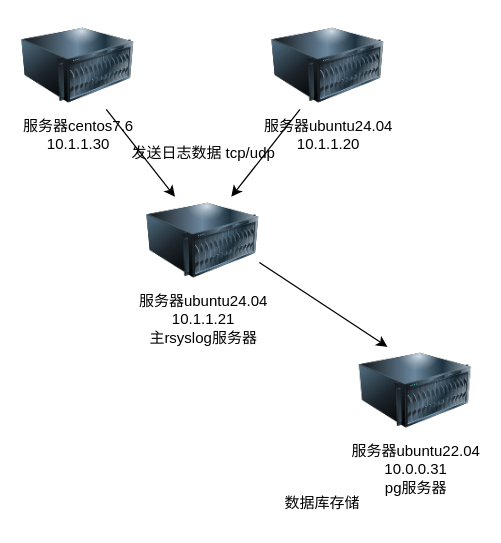
This is 流程图/rsyslog多端保存.drawio from xiecheesejohn/drawio, a draw.io file, before an edit. Source tidied: cells renumbered, new cells numbered last; positions are measured from the earlier drawing's top-left corner, leaving out a move shared by most shapes. Both pictures are drawn from the tidied source at 125%, with x=0, y=0 at pixel (21, 21).
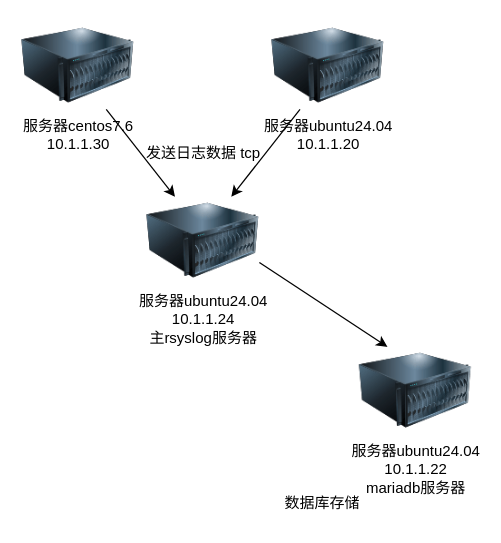
After the change.

Commit message:
更新rsyslog多端保存.drawio

The edit, as a diff of the source:
```diff
@@
 <mxGraphModel>
   <root>
     <mxCell id="0" />
     <mxCell id="1" parent="0" />
     <mxCell id="2" value="服务器ubuntu24.04&lt;br&gt;10.1.1.20" style="image;html=1;image=img/lib/clip_art/computers/Server_128x128.png;" parent="1" vertex="1">
       <mxGeometry x="200" width="90" height="70" as="geometry" />
     </mxCell>
     <mxCell id="3" value="服务器centos7.6&lt;br&gt;10.1.1.30" style="image;html=1;image=img/lib/clip_art/computers/Server_128x128.png;" parent="1" vertex="1">
       <mxGeometry width="90" height="70" as="geometry" />
     </mxCell>
-    <mxCell id="4" value="服务器ubuntu24.04&lt;br&gt;10.1.1.21&lt;div&gt;主rsyslog服务器&lt;/div&gt;" style="image;html=1;image=img/lib/clip_art/computers/Server_128x128.png;" parent="1" vertex="1">
+    <mxCell id="4" value="服务器ubuntu24.04&lt;br&gt;10.1.1.24&lt;div&gt;主rsyslog服务器&lt;/div&gt;" style="image;html=1;image=img/lib/clip_art/computers/Server_128x128.png;" parent="1" vertex="1">
       <mxGeometry x="100" y="140" width="90" height="70" as="geometry" />
     </mxCell>
-    <mxCell id="5" value="服务器ubuntu22.04&lt;br&gt;10.0.0.31&lt;div&gt;pg服务器&lt;/div&gt;" style="image;html=1;image=img/lib/clip_art/computers/Server_128x128.png;" parent="1" vertex="1">
+    <mxCell id="5" value="服务器ubuntu24.04&lt;br&gt;10.1.1.22&lt;div&gt;mariadb服务器&lt;/div&gt;" style="image;html=1;image=img/lib/clip_art/computers/Server_128x128.png;" parent="1" vertex="1">
       <mxGeometry x="270" y="260" width="90" height="70" as="geometry" />
     </mxCell>
     <mxCell id="6" style="endArrow=classic;html=1;rounded=0;entryX=0.25;entryY=0;entryDx=0;entryDy=0;exitX=0.75;exitY=1;exitDx=0;exitDy=0;" parent="1" edge="1" source="3" target="4">
       <mxGeometry relative="1" as="geometry" />
     </mxCell>
     <mxCell id="7" style="endArrow=classic;html=1;rounded=0;entryX=0.75;entryY=0;entryDx=0;entryDy=0;exitX=0.25;exitY=1;exitDx=0;exitDy=0;" parent="1" edge="1" source="2" target="4">
       <mxGeometry relative="1" as="geometry" />
     </mxCell>
-    <mxCell id="8" value="发送日志数据 tcp/udp" style="text;html=1;align=center;verticalAlign=middle;strokeColor=none;fillColor=none;" parent="1" vertex="1">
-      <mxGeometry x="75" y="90" width="140" height="30" as="geometry" />
+    <mxCell id="8" value="发送日志数据 tcp" style="text;html=1;align=center;verticalAlign=middle;strokeColor=none;fillColor=none;" parent="1" vertex="1">
+      <mxGeometry x="90" y="90" width="110" height="30" as="geometry" />
     </mxCell>
     <mxCell id="9" style="endArrow=classic;html=1;rounded=0;entryX=0.25;entryY=0;entryDx=0;entryDy=0;exitX=1;exitY=0.75;exitDx=0;exitDy=0;" parent="1" edge="1" source="4" target="5">
       <mxGeometry relative="1" as="geometry" />
     </mxCell>
     <mxCell id="10" value="数据库存储" style="text;html=1;align=center;verticalAlign=middle;strokeColor=none;fillColor=none;" parent="1" vertex="1">
       <mxGeometry x="200" y="370" width="80" height="30" as="geometry" />
     </mxCell>
   </root>
 </mxGraphModel>
```
